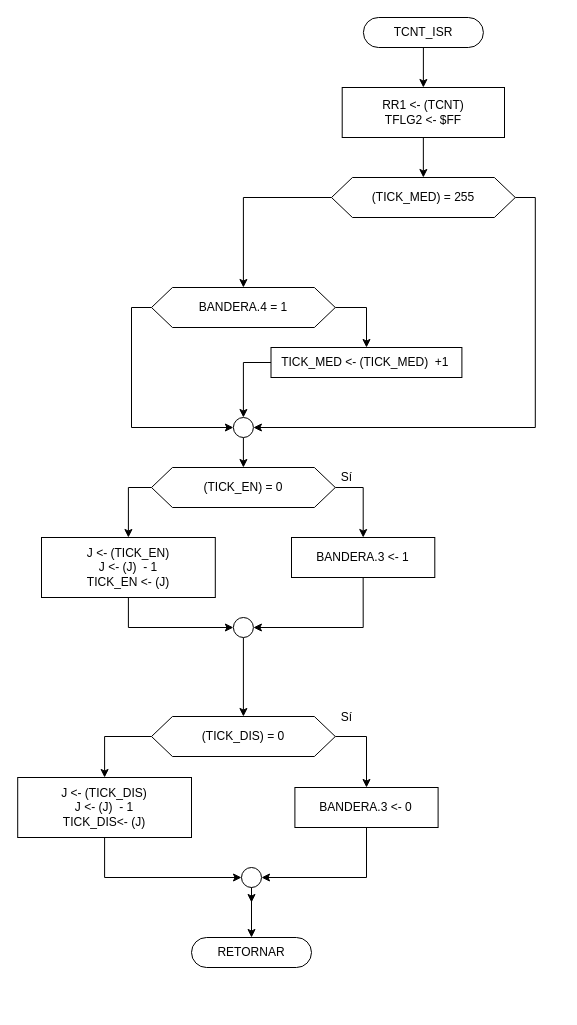
This is Proyecto/diagrams/TCNT_ISR.drawio from moisotico/Microprocesadores, a draw.io file, before an edit. Source tidied: cells renumbered, new cells numbered last; positions are measured from the earlier drawing's top-left corner, leaving out a move shared by most shapes. Both pictures are drawn from the tidied source at 100%, with x=0, y=0 at pixel (17, 17).
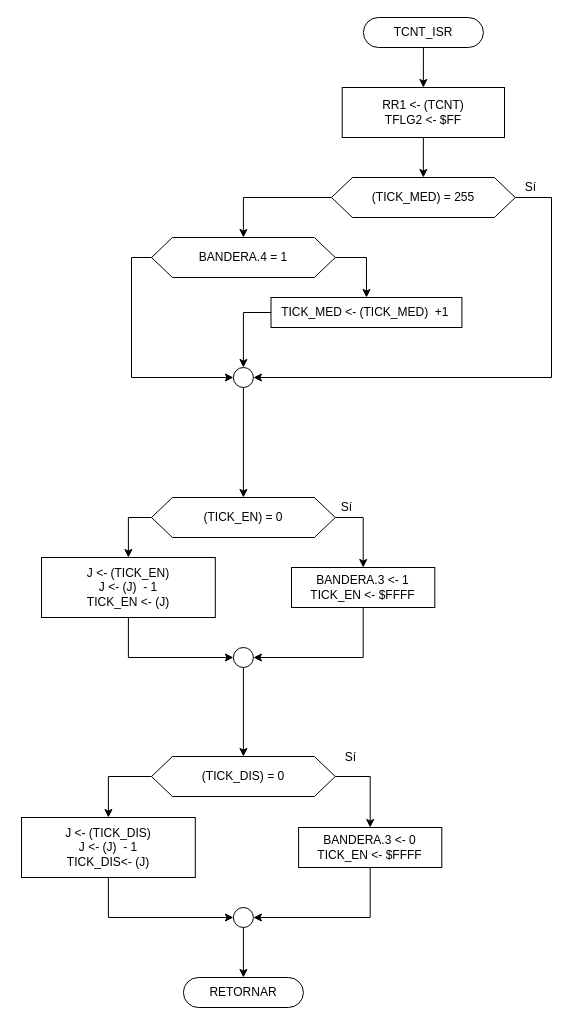
After the change.

The change refers to these unchanged cells:
```xml
<mxCell id="9" value="(TICK_MED) = 255" style="shape=hexagon;perimeter=hexagonPerimeter2;whiteSpace=wrap;html=1;size=0.11394117647058827;" parent="1" vertex="1">
  <mxGeometry x="314" y="160" width="183.8" height="40" as="geometry" />
</mxCell>
```

What changed in the source:
```diff
@@
     <mxCell id="4" style="ellipse;whiteSpace=wrap;html=1;" parent="1" vertex="1">
-      <mxGeometry x="215.9" y="600" width="20" height="20" as="geometry" />
+      <mxGeometry x="215.9" y="630" width="20" height="20" as="geometry" />
     </mxCell>
@@
-    <mxCell id="6" value="&lt;span&gt;BANDERA.3 &amp;lt;- 0&lt;/span&gt;" style="rounded=0;whiteSpace=wrap;html=1;" parent="1" vertex="1">
-      <mxGeometry x="277.4" y="770" width="143.2" height="40" as="geometry" />
+    <mxCell id="6" value="&lt;span&gt;BANDERA.3 &amp;lt;- 0&lt;br&gt;&lt;/span&gt;TICK_EN &amp;lt;- $FFFF&lt;span&gt;&lt;br&gt;&lt;/span&gt;" style="rounded=0;whiteSpace=wrap;html=1;" parent="1" vertex="1">
+      <mxGeometry x="281.1" y="810" width="143.2" height="40" as="geometry" />
     </mxCell>
@@
     <mxCell id="8" style="edgeStyle=orthogonalEdgeStyle;rounded=0;jettySize=auto;html=1;exitX=1;exitY=0.5;exitDx=0;exitDy=0;entryX=1;entryY=0.5;entryDx=0;entryDy=0;" parent="1" edge="1" source="9" target="32">
-      <mxGeometry relative="1" as="geometry" />
+      <mxGeometry relative="1" as="geometry">
+        <Array as="points">
+          <mxPoint x="534" y="180" />
+          <mxPoint x="534" y="360" />
+        </Array>
+      </mxGeometry>
     </mxCell>
@@
-    <mxCell id="11" value="BANDERA.3 &amp;lt;- 1" style="rounded=0;whiteSpace=wrap;html=1;" parent="1" vertex="1">
-      <mxGeometry x="274" y="520" width="143.3" height="40" as="geometry" />
+    <mxCell id="11" value="BANDERA.3 &amp;lt;- 1&lt;br&gt;TICK_EN &amp;lt;- $FFFF" style="rounded=0;whiteSpace=wrap;html=1;" parent="1" vertex="1">
+      <mxGeometry x="274" y="550" width="143.3" height="40" as="geometry" />
     </mxCell>
@@
-    <mxCell id="13" style="edgeStyle=orthogonalEdgeStyle;rounded=0;jettySize=auto;html=1;exitX=0;exitY=0.5;exitDx=0;exitDy=0;entryX=0.5;entryY=0;entryDx=0;entryDy=0;" parent="1" edge="1" source="35">
-      <mxGeometry relative="1" as="geometry">
-        <mxPoint x="234" y="885" as="targetPoint" />
-      </mxGeometry>
-    </mxCell>
@@
     <mxCell id="15" value="(TICK_DIS) = 0" style="shape=hexagon;perimeter=hexagonPerimeter2;whiteSpace=wrap;html=1;size=0.11394117647058827;" parent="1" vertex="1">
-      <mxGeometry x="134" y="699" width="183.8" height="40" as="geometry" />
+      <mxGeometry x="134" y="739" width="183.8" height="40" as="geometry" />
     </mxCell>
@@
     <mxCell id="20" value="(TICK_EN) = 0" style="shape=hexagon;perimeter=hexagonPerimeter2;whiteSpace=wrap;html=1;size=0.11394117647058827;" parent="1" vertex="1">
-      <mxGeometry x="134" y="450" width="183.8" height="40" as="geometry" />
+      <mxGeometry x="134" y="480" width="183.8" height="40" as="geometry" />
     </mxCell>
     <mxCell id="21" value="Sí" style="text;html=1;align=center;verticalAlign=middle;" parent="1" vertex="1">
-      <mxGeometry x="314" y="450" width="30" height="20" as="geometry" />
+      <mxGeometry x="314" y="480" width="30" height="20" as="geometry" />
     </mxCell>
     <mxCell id="22" value="RETORNAR" style="rounded=1;whiteSpace=wrap;html=1;fontSize=12;glass=0;strokeWidth=1;shadow=0;arcSize=50;" parent="1" vertex="1">
-      <mxGeometry x="174" y="920" width="120" height="30" as="geometry" />
+      <mxGeometry x="165.9" y="960" width="120" height="30" as="geometry" />
     </mxCell>
     <mxCell id="23" value="Sí" style="text;html=1;align=center;verticalAlign=middle;" parent="1" vertex="1">
-      <mxGeometry x="314" y="690" width="30" height="20" as="geometry" />
+      <mxGeometry x="317.8" y="730" width="30" height="20" as="geometry" />
     </mxCell>
@@
     <mxCell id="28" value="BANDERA.4 = 1" style="shape=hexagon;perimeter=hexagonPerimeter2;whiteSpace=wrap;html=1;size=0.11394117647058827;" parent="1" vertex="1">
-      <mxGeometry x="134" y="270" width="183.8" height="40" as="geometry" />
+      <mxGeometry x="134" y="220" width="183.8" height="40" as="geometry" />
     </mxCell>
@@
     <mxCell id="30" value="TICK_MED &amp;lt;- (TICK_MED)&amp;nbsp; +1&amp;nbsp;" style="rounded=0;whiteSpace=wrap;html=1;" parent="1" vertex="1">
-      <mxGeometry x="253.5" y="330" width="190.9" height="30" as="geometry" />
+      <mxGeometry x="253.5" y="280" width="190.9" height="30" as="geometry" />
     </mxCell>
@@
     <mxCell id="32" style="ellipse;whiteSpace=wrap;html=1;" parent="1" vertex="1">
-      <mxGeometry x="215.9" y="400" width="20" height="20" as="geometry" />
+      <mxGeometry x="215.9" y="350" width="20" height="20" as="geometry" />
     </mxCell>
@@
     <mxCell id="34" value="J &amp;lt;- (TICK_EN)&lt;br&gt;J &amp;lt;- (J)&amp;nbsp; - 1&lt;br&gt;TICK_EN &amp;lt;- (J)" style="rounded=0;whiteSpace=wrap;html=1;" parent="1" vertex="1">
-      <mxGeometry x="24" y="520" width="173.8" height="60" as="geometry" />
+      <mxGeometry x="24" y="540" width="173.8" height="60" as="geometry" />
     </mxCell>
     <mxCell id="35" style="ellipse;whiteSpace=wrap;html=1;" parent="1" vertex="1">
-      <mxGeometry x="224" y="850" width="20" height="20" as="geometry" />
+      <mxGeometry x="215.9" y="890" width="20" height="20" as="geometry" />
     </mxCell>
@@
     <mxCell id="37" value="J &amp;lt;- (TICK_DIS)&lt;br&gt;J &amp;lt;- (J)&amp;nbsp; - 1&lt;br&gt;TICK_DIS&amp;lt;- (J)" style="rounded=0;whiteSpace=wrap;html=1;" parent="1" vertex="1">
-      <mxGeometry x="0.2" y="760" width="173.8" height="60" as="geometry" />
+      <mxGeometry x="4" y="800" width="173.8" height="60" as="geometry" />
     </mxCell>
+    <mxCell id="38" value="Sí" style="text;html=1;align=center;verticalAlign=middle;" parent="1" vertex="1">
+      <mxGeometry x="497.8" y="160" width="30" height="20" as="geometry" />
+    </mxCell>
```
